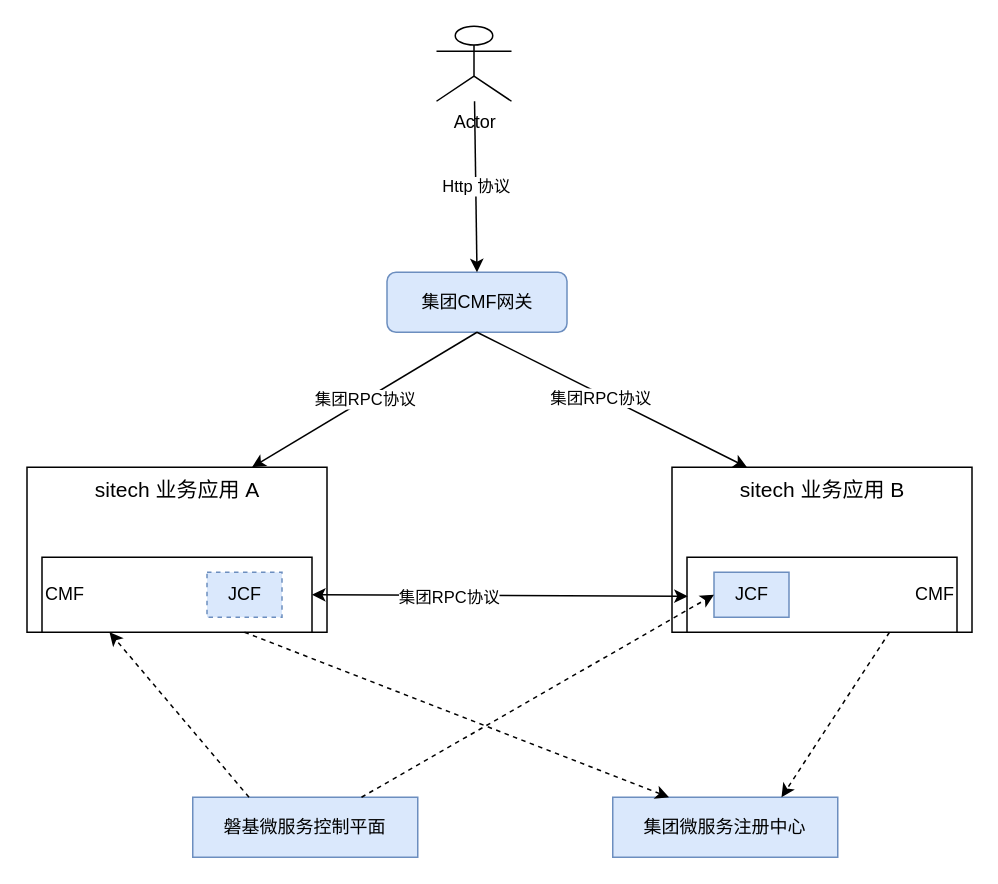
This is page "第 14 页" (14 of 15) of 微服务.drawio from qymmdj/draw-io, a draw.io file, before an edit. Source tidied: cells renumbered, new cells numbered last; positions are measured from the earlier drawing's top-left corner, leaving out a move shared by most shapes. Both pictures are drawn from the tidied source at 150%, with x=0, y=0 at pixel (27, 26).
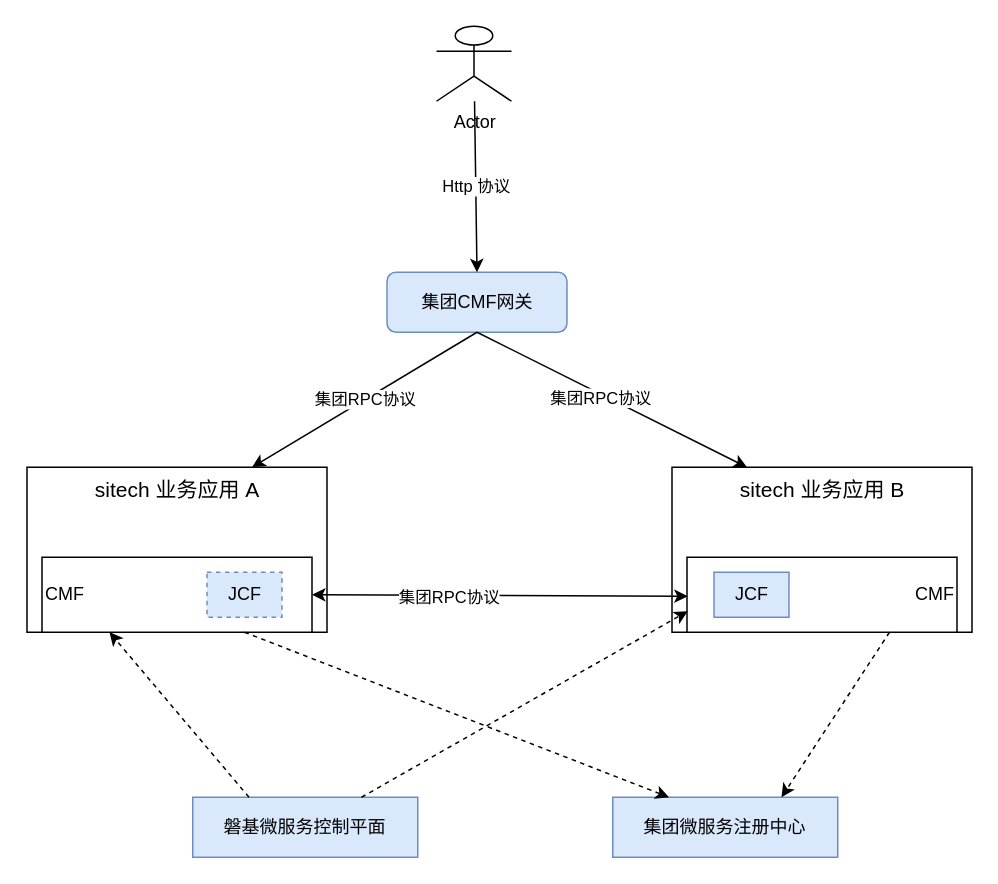
The same page after the edit.

The change refers to these unchanged cells:
```xml
<mxCell id="5" value="磐基微服务控制平面" style="rounded=0;whiteSpace=wrap;html=1;fillColor=#dae8fc;strokeColor=#6c8ebf;" parent="1" vertex="1">
  <mxGeometry x="110" y="514" width="150" height="40" as="geometry" />
</mxCell>
<mxCell id="9" value="JCF" style="rounded=0;whiteSpace=wrap;html=1;fontSize=12;verticalAlign=middle;fillColor=#dae8fc;strokeColor=#6c8ebf;" parent="1" vertex="1">
  <mxGeometry x="457.5" y="364" width="50" height="30" as="geometry" />
</mxCell>
```

Change to the diagram source:
```diff
@@
-    <mxCell id="10" style="endArrow=classic;html=1;fontSize=12;exitX=0.75;exitY=0;exitDx=0;exitDy=0;entryX=0;entryY=0.5;entryDx=0;entryDy=0;dashed=1;" parent="1" edge="1" source="5" target="9">
-      <mxGeometry relative="1" as="geometry" />
+    <mxCell id="10" style="endArrow=classic;html=1;fontSize=12;exitX=0.75;exitY=0;exitDx=0;exitDy=0;dashed=1;" parent="1" edge="1" source="5">
+      <mxGeometry relative="1" as="geometry">
+        <mxPoint x="440" y="390" as="targetPoint" />
+      </mxGeometry>
     </mxCell>
```
